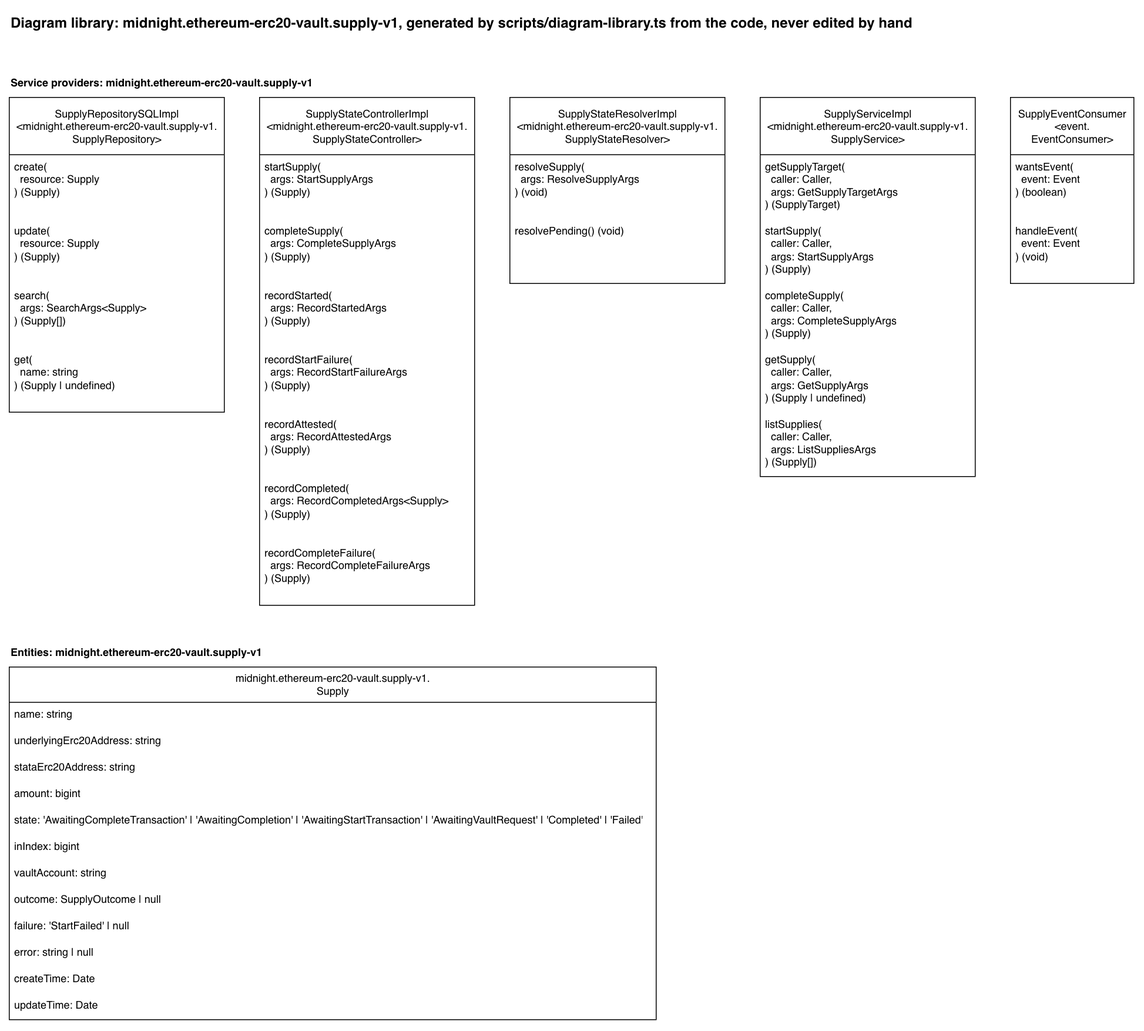
Above: docs/diagram-library/midnight/ethereum-erc20-vault/supply-v1/diagram-library.drawio.png in sig-net/full-stack-demo (draw.io), before the change. Source tidied: cells renumbered, new cells last; positions are measured from the earlier drawing's top-left corner, leaving out a move shared by most shapes.
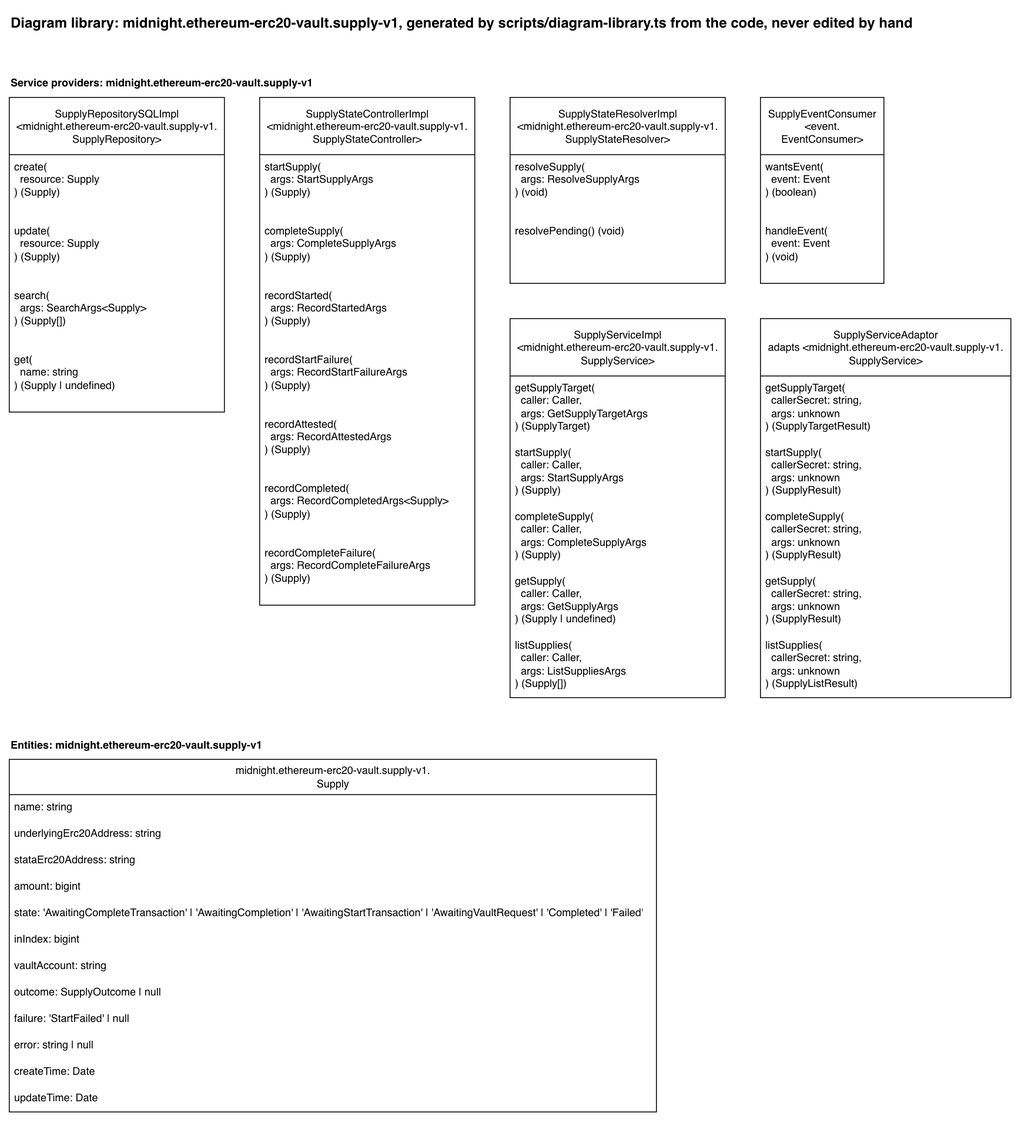
Later version of the same file.

Change to the diagram source:
```diff
@@ -57,7 +57,7 @@
       <mxGeometry y="138" width="244" height="73" as="geometry" />
     </mxCell>
     <mxCell id="20" value="SupplyServiceImpl&lt;br&gt;&amp;lt;midnight.ethereum-erc20-vault.supply-v1.&lt;br&gt;SupplyService&amp;gt;" style="swimlane;fontStyle=0;horizontal=1;startSize=65;fillColor=default;html=1;fillStyle=solid;" parent="1" vertex="1">
-      <mxGeometry x="852" y="100" width="244" height="430" as="geometry" />
+      <mxGeometry x="568" y="351" width="244" height="430" as="geometry" />
     </mxCell>
     <mxCell id="21" value="getSupplyTarget(&lt;br&gt;&amp;nbsp; caller: Caller,&lt;br&gt;&amp;nbsp; args: GetSupplyTargetArgs&lt;br&gt;) (SupplyTarget)" style="text;strokeColor=none;fillColor=none;align=left;verticalAlign=top;spacingLeft=4;spacingRight=4;overflow=hidden;whiteSpace=wrap;html=1;" parent="20" vertex="1">
       <mxGeometry y="65" width="244" height="73" as="geometry" />
@@ -75,7 +75,7 @@
       <mxGeometry y="357" width="244" height="73" as="geometry" />
     </mxCell>
     <mxCell id="26" value="SupplyEventConsumer&lt;br&gt;&amp;lt;event.&lt;br&gt;EventConsumer&amp;gt;" style="swimlane;fontStyle=0;horizontal=1;startSize=65;fillColor=default;html=1;fillStyle=solid;" parent="1" vertex="1">
-      <mxGeometry x="1136" y="100" width="140" height="211" as="geometry" />
+      <mxGeometry x="852" y="100" width="140" height="211" as="geometry" />
     </mxCell>
     <mxCell id="27" value="wantsEvent(&lt;br&gt;&amp;nbsp; event: Event&lt;br&gt;) (boolean)" style="text;strokeColor=none;fillColor=none;align=left;verticalAlign=top;spacingLeft=4;spacingRight=4;overflow=hidden;whiteSpace=wrap;html=1;" parent="26" vertex="1">
       <mxGeometry y="65" width="140" height="73" as="geometry" />
@@ -83,11 +83,29 @@
     <mxCell id="28" value="handleEvent(&lt;br&gt;&amp;nbsp; event: Event&lt;br&gt;) (void)" style="text;strokeColor=none;fillColor=none;align=left;verticalAlign=top;spacingLeft=4;spacingRight=4;overflow=hidden;whiteSpace=wrap;html=1;" parent="26" vertex="1">
       <mxGeometry y="138" width="140" height="73" as="geometry" />
     </mxCell>
+    <mxCell id="43" value="SupplyServiceAdaptor&lt;br&gt;adapts &amp;lt;midnight.ethereum-erc20-vault.supply-v1.&lt;br&gt;SupplyService&amp;gt;" style="swimlane;fontStyle=0;horizontal=1;startSize=65;fillColor=default;html=1;fillStyle=solid;" parent="1" vertex="1">
+      <mxGeometry x="852" y="351" width="284" height="430" as="geometry" />
+    </mxCell>
+    <mxCell id="44" value="getSupplyTarget(&lt;br&gt;&amp;nbsp; callerSecret: string,&lt;br&gt;&amp;nbsp; args: unknown&lt;br&gt;) (SupplyTargetResult)" style="text;strokeColor=none;fillColor=none;align=left;verticalAlign=top;spacingLeft=4;spacingRight=4;overflow=hidden;whiteSpace=wrap;html=1;" parent="43" vertex="1">
+      <mxGeometry y="65" width="284" height="73" as="geometry" />
+    </mxCell>
+    <mxCell id="45" value="startSupply(&lt;br&gt;&amp;nbsp; callerSecret: string,&lt;br&gt;&amp;nbsp; args: unknown&lt;br&gt;) (SupplyResult)" style="text;strokeColor=none;fillColor=none;align=left;verticalAlign=top;spacingLeft=4;spacingRight=4;overflow=hidden;whiteSpace=wrap;html=1;" parent="43" vertex="1">
+      <mxGeometry y="138" width="284" height="73" as="geometry" />
+    </mxCell>
+    <mxCell id="46" value="completeSupply(&lt;br&gt;&amp;nbsp; callerSecret: string,&lt;br&gt;&amp;nbsp; args: unknown&lt;br&gt;) (SupplyResult)" style="text;strokeColor=none;fillColor=none;align=left;verticalAlign=top;spacingLeft=4;spacingRight=4;overflow=hidden;whiteSpace=wrap;html=1;" parent="43" vertex="1">
+      <mxGeometry y="211" width="284" height="73" as="geometry" />
+    </mxCell>
+    <mxCell id="47" value="getSupply(&lt;br&gt;&amp;nbsp; callerSecret: string,&lt;br&gt;&amp;nbsp; args: unknown&lt;br&gt;) (SupplyResult)" style="text;strokeColor=none;fillColor=none;align=left;verticalAlign=top;spacingLeft=4;spacingRight=4;overflow=hidden;whiteSpace=wrap;html=1;" parent="43" vertex="1">
+      <mxGeometry y="284" width="284" height="73" as="geometry" />
+    </mxCell>
+    <mxCell id="48" value="listSupplies(&lt;br&gt;&amp;nbsp; callerSecret: string,&lt;br&gt;&amp;nbsp; args: unknown&lt;br&gt;) (SupplyListResult)" style="text;strokeColor=none;fillColor=none;align=left;verticalAlign=top;spacingLeft=4;spacingRight=4;overflow=hidden;whiteSpace=wrap;html=1;" parent="43" vertex="1">
+      <mxGeometry y="357" width="284" height="73" as="geometry" />
+    </mxCell>
     <mxCell id="29" value="Entities: midnight.ethereum-erc20-vault.supply-v1" style="text;html=1;fontStyle=1;" parent="1" vertex="1">
-      <mxGeometry y="716" width="310" height="20" as="geometry" />
+      <mxGeometry y="821" width="310" height="20" as="geometry" />
     </mxCell>
     <mxCell id="30" value="midnight.ethereum-erc20-vault.supply-v1.&lt;br&gt;Supply" style="swimlane;fontStyle=0;horizontal=1;startSize=40;fillColor=default;html=1;fillStyle=solid;" parent="1" vertex="1">
-      <mxGeometry y="746" width="734" height="400" as="geometry" />
+      <mxGeometry y="851" width="734" height="400" as="geometry" />
     </mxCell>
     <mxCell id="31" value="name: string" style="text;strokeColor=none;fillColor=none;align=left;verticalAlign=top;spacingLeft=4;spacingRight=4;overflow=hidden;whiteSpace=wrap;html=1;" parent="30" vertex="1">
       <mxGeometry y="40" width="734" height="30" as="geometry" />
```
